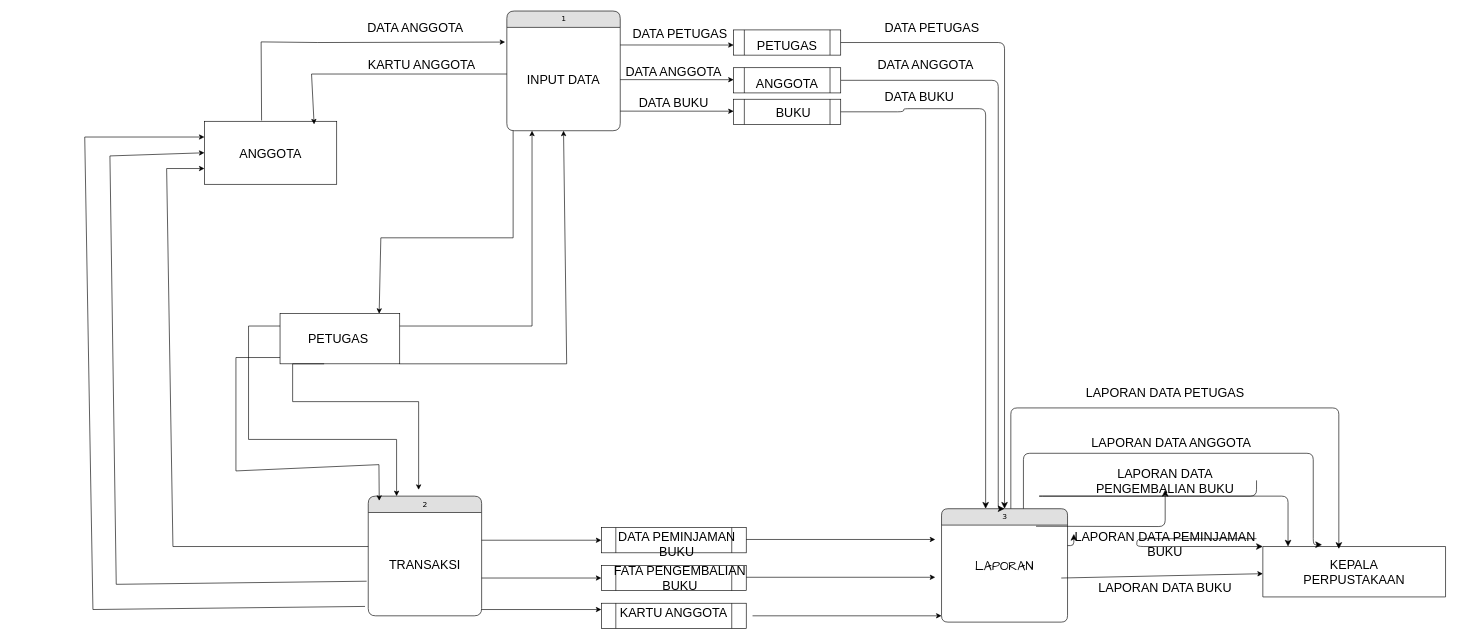
Above: Untitled Diagram.drawio in htmledan/introduction-to-github (draw.io), before the change. Source tidied: cells renumbered, new cells numbered last; positions are measured from the earlier drawing's top-left corner, leaving out a move shared by most shapes. Both pictures are drawn from the tidied source at 63%, with x=0, y=0 at pixel (84, 11).
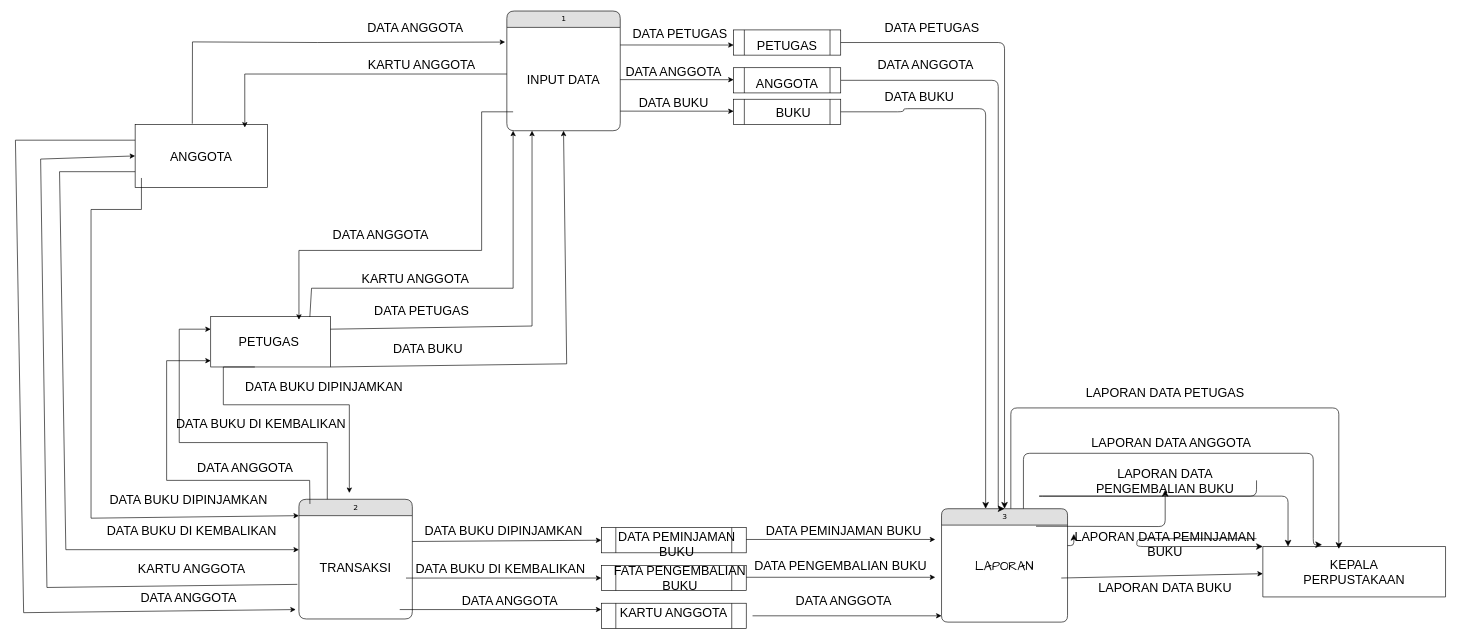
Above is the later version.

Unchanged cells that the change refers to:
```xml
<mxCell id="4" value="TRANSAKSI" style="text;html=1;align=center;verticalAlign=middle;whiteSpace=wrap;rounded=0;fontSize=20;" parent="2" vertex="1">
  <mxGeometry y="26" width="180" height="164" as="geometry" />
</mxCell>
<mxCell id="15" value="INPUT DATA" style="text;html=1;align=center;verticalAlign=middle;whiteSpace=wrap;rounded=0;fontSize=20;" parent="14" vertex="1">
  <mxGeometry y="26" width="180" height="164" as="geometry" />
</mxCell>
```

What changed in the source:
```diff
@@
     <mxCell id="2" value="2" style="swimlane;html=1;fontStyle=0;horizontal=1;startSize=26;fillColor=#e0e0e0;swimlaneFillColor=#ffffff;align=center;rounded=1;shadow=0;comic=0;labelBackgroundColor=none;strokeWidth=1;fontFamily=Verdana;fontSize=12;" parent="1" vertex="1">
-      <mxGeometry x="450" y="770" width="180" height="190" as="geometry" />
+      <mxGeometry x="340" y="775" width="180" height="190" as="geometry" />
     </mxCell>
@@
     <mxCell id="16" style="rounded=0;whiteSpace=wrap;html=1;" parent="1" vertex="1">
-      <mxGeometry x="190" y="175" width="210" height="100" as="geometry" />
+      <mxGeometry x="80" y="180" width="210" height="100" as="geometry" />
     </mxCell>
     <mxCell id="17" value="ANGGOTA" style="text;html=1;align=center;verticalAlign=middle;whiteSpace=wrap;rounded=0;fontSize=20;" parent="1" vertex="1">
-      <mxGeometry x="245" y="210" width="100" height="30" as="geometry" />
+      <mxGeometry x="135" y="215" width="100" height="30" as="geometry" />
     </mxCell>
@@
     <mxCell id="43" style="rounded=0;whiteSpace=wrap;html=1;" parent="1" vertex="1">
-      <mxGeometry x="310" y="480" width="190" height="80" as="geometry" />
+      <mxGeometry x="200" y="485" width="190" height="80" as="geometry" />
     </mxCell>
     <mxCell id="44" value="PETUGAS" style="text;html=1;align=center;verticalAlign=middle;whiteSpace=wrap;rounded=0;fontSize=20;" parent="1" vertex="1">
-      <mxGeometry x="355" y="505" width="95" height="30" as="geometry" />
+      <mxGeometry x="245" y="510" width="95" height="30" as="geometry" />
     </mxCell>
     <mxCell id="45" style="endArrow=classic;html=1;rounded=0;exitX=0.432;exitY=-0.012;exitDx=0;exitDy=0;entryX=-0.015;entryY=0.142;entryDx=0;entryDy=0;entryPerimeter=0;exitPerimeter=0;" parent="1" edge="1" source="16" target="15">
       <mxGeometry relative="1" as="geometry">
         <Array as="points">
-          <mxPoint x="280" y="49" />
+          <mxPoint x="171" y="49" />
           <mxPoint x="370" y="50" />
         </Array>
       </mxGeometry>
     </mxCell>
     <mxCell id="46" style="endArrow=classic;html=1;rounded=0;exitX=0.01;exitY=0.413;exitDx=0;exitDy=0;exitPerimeter=0;entryX=0.829;entryY=0.049;entryDx=0;entryDy=0;entryPerimeter=0;" parent="1" edge="1" target="16">
       <mxGeometry relative="1" as="geometry">
         <mxPoint x="670" y="100" as="sourcePoint" />
         <Array as="points">
-          <mxPoint x="360" y="100" />
+          <mxPoint x="254" y="100" />
         </Array>
       </mxGeometry>
     </mxCell>
@@
-    <mxCell id="52" style="endArrow=classic;html=1;rounded=0;entryX=0;entryY=0.75;entryDx=0;entryDy=0;" parent="1" edge="1" target="16">
+    <mxCell id="52" style="endArrow=classic;html=1;rounded=0;entryX=0;entryY=0.75;entryDx=0;entryDy=0;exitX=0;exitY=0.75;exitDx=0;exitDy=0;" parent="1" edge="1" source="16">
       <mxGeometry relative="1" as="geometry">
-        <mxPoint x="450" y="850" as="sourcePoint" />
+        <mxPoint x="340" y="855" as="targetPoint" />
         <Array as="points">
-          <mxPoint x="140" y="850" />
-          <mxPoint x="130" y="250" />
+          <mxPoint x="-40" y="255" />
+          <mxPoint x="-30" y="855" />
         </Array>
       </mxGeometry>
     </mxCell>
-    <mxCell id="53" style="endArrow=classic;html=1;rounded=0;entryX=0.828;entryY=0.006;entryDx=0;entryDy=0;entryPerimeter=0;" parent="1" edge="1" target="43">
+    <mxCell id="53" style="endArrow=classic;html=1;rounded=0;entryX=0.828;entryY=0.006;entryDx=0;entryDy=0;entryPerimeter=0;exitX=0.828;exitY=0.006;exitDx=0;exitDy=0;exitPerimeter=0;" parent="1" edge="1" source="43">
       <mxGeometry relative="1" as="geometry">
-        <mxPoint x="680" y="190" as="sourcePoint" />
+        <mxPoint x="680" y="190" as="targetPoint" />
         <Array as="points">
-          <mxPoint x="680" y="360" />
-          <mxPoint x="470" y="360" />
+          <mxPoint x="360" y="440" />
+          <mxPoint x="680" y="440" />
         </Array>
       </mxGeometry>
     </mxCell>
-    <mxCell id="54" style="endArrow=classic;html=1;rounded=0;entryX=0;entryY=0.25;entryDx=0;entryDy=0;exitX=-0.028;exitY=0.909;exitDx=0;exitDy=0;exitPerimeter=0;" parent="1" edge="1" source="4" target="16">
+    <mxCell id="54" style="endArrow=classic;html=1;rounded=0;entryX=-0.028;entryY=0.909;entryDx=0;entryDy=0;exitX=0;exitY=0.25;exitDx=0;exitDy=0;entryPerimeter=0;" parent="1" edge="1" source="16" target="4">
       <mxGeometry relative="1" as="geometry">
         <Array as="points">
-          <mxPoint x="13" y="950" />
-          <mxPoint y="200" />
+          <mxPoint x="-110" y="205" />
+          <mxPoint x="-97" y="955" />
         </Array>
       </mxGeometry>
     </mxCell>
     <mxCell id="55" style="endArrow=classic;html=1;rounded=0;entryX=0;entryY=0.5;entryDx=0;entryDy=0;exitX=-0.014;exitY=0.665;exitDx=0;exitDy=0;exitPerimeter=0;" parent="1" edge="1" source="4" target="16">
       <mxGeometry relative="1" as="geometry">
         <Array as="points">
-          <mxPoint x="50" y="910" />
-          <mxPoint x="40" y="230" />
+          <mxPoint x="-60" y="915" />
+          <mxPoint x="-70" y="235" />
         </Array>
       </mxGeometry>
     </mxCell>
-    <mxCell id="56" style="endArrow=classic;html=1;rounded=0;" parent="1" edge="1">
+    <mxCell id="56" style="endArrow=classic;html=1;rounded=0;exitX=1;exitY=0.25;exitDx=0;exitDy=0;" parent="1" edge="1" source="4">
       <mxGeometry relative="1" as="geometry">
-        <mxPoint x="630" y="840" as="sourcePoint" />
         <mxPoint x="820" y="840" as="targetPoint" />
       </mxGeometry>
     </mxCell>
-    <mxCell id="57" style="endArrow=classic;html=1;rounded=0;" parent="1" edge="1">
+    <mxCell id="57" style="endArrow=classic;html=1;rounded=0;exitX=0.944;exitY=0.604;exitDx=0;exitDy=0;exitPerimeter=0;" parent="1" edge="1" source="4">
       <mxGeometry relative="1" as="geometry">
-        <mxPoint x="630" y="900" as="sourcePoint" />
         <mxPoint x="820" y="900" as="targetPoint" />
       </mxGeometry>
     </mxCell>
-    <mxCell id="58" style="endArrow=classic;html=1;rounded=0;" parent="1" edge="1">
+    <mxCell id="58" style="endArrow=classic;html=1;rounded=0;exitX=0.889;exitY=0.909;exitDx=0;exitDy=0;exitPerimeter=0;" parent="1" edge="1" source="4">
       <mxGeometry relative="1" as="geometry">
-        <mxPoint x="630" y="950" as="sourcePoint" />
         <mxPoint x="820" y="950" as="targetPoint" />
       </mxGeometry>
     </mxCell>
@@
-    <mxCell id="65" style="endArrow=classic;html=1;rounded=0;entryX=0.097;entryY=0.039;entryDx=0;entryDy=0;entryPerimeter=0;" parent="1" edge="1" target="2">
+    <mxCell id="65" style="endArrow=classic;html=1;rounded=0;entryX=0.097;entryY=0.039;entryDx=0;entryDy=0;entryPerimeter=0;exitX=0.097;exitY=0.039;exitDx=0;exitDy=0;exitPerimeter=0;" parent="1" edge="1" source="2">
       <mxGeometry relative="1" as="geometry">
-        <mxPoint x="310" y="550" as="sourcePoint" />
+        <mxPoint x="200" y="555" as="targetPoint" />
         <Array as="points">
-          <mxPoint x="240" y="550" />
-          <mxPoint x="240" y="730" />
-          <mxPoint x="467" y="720" />
+          <mxPoint x="357" y="745" />
+          <mxPoint x="130" y="745" />
+          <mxPoint x="130" y="555" />
         </Array>
       </mxGeometry>
     </mxCell>
-    <mxCell id="66" style="endArrow=classic;html=1;rounded=0;entryX=0.25;entryY=0;entryDx=0;entryDy=0;" parent="1" edge="1" target="2">
+    <mxCell id="66" style="endArrow=classic;html=1;rounded=0;entryX=0.25;entryY=0;entryDx=0;entryDy=0;exitX=0.25;exitY=0;exitDx=0;exitDy=0;" parent="1" edge="1" source="2">
       <mxGeometry relative="1" as="geometry">
-        <mxPoint x="310" y="500" as="sourcePoint" />
+        <mxPoint x="200" y="505" as="targetPoint" />
         <Array as="points">
-          <mxPoint x="260" y="500" />
-          <mxPoint x="260" y="680" />
-          <mxPoint x="495" y="680" />
+          <mxPoint x="385" y="685" />
+          <mxPoint x="150" y="685" />
+          <mxPoint x="150" y="505" />
         </Array>
       </mxGeometry>
     </mxCell>
     <mxCell id="67" style="endArrow=classic;html=1;rounded=0;" parent="1" edge="1">
       <mxGeometry relative="1" as="geometry">
-        <mxPoint x="380" y="560" as="sourcePoint" />
-        <mxPoint x="530" y="760" as="targetPoint" />
+        <mxPoint x="270" y="565" as="sourcePoint" />
+        <mxPoint x="420" y="765" as="targetPoint" />
         <Array as="points">
-          <mxPoint x="330" y="560" />
-          <mxPoint x="330" y="620" />
-          <mxPoint x="530" y="620" />
+          <mxPoint x="220" y="565" />
+          <mxPoint x="220" y="625" />
+          <mxPoint x="420" y="625" />
         </Array>
       </mxGeometry>
     </mxCell>
@@
+    <mxCell id="71" value="DATA BUKU DIPINJAMKAN" style="text;html=1;align=center;verticalAlign=middle;whiteSpace=wrap;rounded=0;fontSize=20;" parent="1" vertex="1">
+      <mxGeometry x="20" y="760" width="290" height="30" as="geometry" />
+    </mxCell>
+    <mxCell id="72" value="DATA BUKU DI KEMBALIKAN" style="text;html=1;align=center;verticalAlign=middle;whiteSpace=wrap;rounded=0;fontSize=20;" parent="1" vertex="1">
+      <mxGeometry x="20" y="810" width="300" height="30" as="geometry" />
+    </mxCell>
+    <mxCell id="73" style="endArrow=classic;html=1;rounded=0;entryX=0;entryY=0;entryDx=0;entryDy=0;exitX=0;exitY=0.75;exitDx=0;exitDy=0;" parent="1" edge="1" target="4">
+      <mxGeometry relative="1" as="geometry">
+        <mxPoint x="90" y="265" as="sourcePoint" />
+        <Array as="points">
+          <mxPoint x="90" y="315" />
+          <mxPoint x="10" y="315" />
+          <mxPoint x="10" y="805" />
+        </Array>
+      </mxGeometry>
+    </mxCell>
+    <mxCell id="74" value="DATA BUKU DI KEMBALIKAN" style="text;html=1;align=center;verticalAlign=middle;whiteSpace=wrap;rounded=0;fontSize=20;" parent="1" vertex="1">
+      <mxGeometry x="510" y="870" width="300" height="30" as="geometry" />
+    </mxCell>
+    <mxCell id="75" value="DATA BUKU DIPINJAMKAN" style="text;html=1;align=center;verticalAlign=middle;whiteSpace=wrap;rounded=0;fontSize=20;" parent="1" vertex="1">
+      <mxGeometry x="520" y="810" width="290" height="30" as="geometry" />
+    </mxCell>
+    <mxCell id="76" value="DATA ANGGOTA" style="text;html=1;align=center;verticalAlign=middle;whiteSpace=wrap;rounded=0;fontSize=20;" parent="1" vertex="1">
+      <mxGeometry x="1060" y="920" width="290" height="30" as="geometry" />
+    </mxCell>
+    <mxCell id="77" value="DATA ANGGOTA" style="text;html=1;align=center;verticalAlign=middle;whiteSpace=wrap;rounded=0;fontSize=20;" parent="1" vertex="1">
+      <mxGeometry x="530" y="920" width="290" height="30" as="geometry" />
+    </mxCell>
+    <mxCell id="78" value="DATA PENGEMBALIAN BUKU" style="text;html=1;align=center;verticalAlign=middle;whiteSpace=wrap;rounded=0;fontSize=20;" parent="1" vertex="1">
+      <mxGeometry x="1050" y="865" width="300" height="30" as="geometry" />
+    </mxCell>
+    <mxCell id="79" value="DATA PEMINJAMAN BUKU" style="text;html=1;align=center;verticalAlign=middle;whiteSpace=wrap;rounded=0;fontSize=20;" parent="1" vertex="1">
+      <mxGeometry x="1055" y="810" width="300" height="30" as="geometry" />
+    </mxCell>
+    <mxCell id="80" value="KARTU ANGGOTA" style="text;html=1;align=center;verticalAlign=middle;whiteSpace=wrap;rounded=0;fontSize=20;" parent="1" vertex="1">
+      <mxGeometry x="25" y="870" width="290" height="30" as="geometry" />
+    </mxCell>
+    <mxCell id="81" value="DATA ANGGOTA" style="text;html=1;align=center;verticalAlign=middle;whiteSpace=wrap;rounded=0;fontSize=20;" parent="1" vertex="1">
+      <mxGeometry x="20" y="915" width="290" height="30" as="geometry" />
+    </mxCell>
+    <mxCell id="82" value="DATA BUKU" style="text;html=1;align=center;verticalAlign=middle;whiteSpace=wrap;rounded=0;fontSize=20;" parent="1" vertex="1">
+      <mxGeometry x="400" y="520" width="290" height="30" as="geometry" />
+    </mxCell>
+    <mxCell id="83" value="DATA ANGGOTA" style="text;html=1;align=center;verticalAlign=middle;whiteSpace=wrap;rounded=0;fontSize=20;" parent="1" vertex="1">
+      <mxGeometry x="325" y="340" width="290" height="30" as="geometry" />
+    </mxCell>
+    <mxCell id="84" value="DATA PETUGAS" style="text;html=1;align=center;verticalAlign=middle;whiteSpace=wrap;rounded=0;fontSize=20;" parent="1" vertex="1">
+      <mxGeometry x="390" y="460" width="290" height="30" as="geometry" />
+    </mxCell>
+    <mxCell id="85" value="KARTU ANGGOTA" style="text;html=1;align=center;verticalAlign=middle;whiteSpace=wrap;rounded=0;fontSize=20;" parent="1" vertex="1">
+      <mxGeometry x="380" y="410" width="290" height="30" as="geometry" />
+    </mxCell>
+    <mxCell id="86" style="endArrow=classic;html=1;rounded=0;entryX=0.737;entryY=0.063;entryDx=0;entryDy=0;entryPerimeter=0;" parent="1" edge="1" target="43">
+      <mxGeometry relative="1" as="geometry">
+        <mxPoint x="680" y="160" as="sourcePoint" />
+        <Array as="points">
+          <mxPoint x="630" y="160" />
+          <mxPoint x="630" y="380" />
+          <mxPoint x="340" y="380" />
+        </Array>
+      </mxGeometry>
+    </mxCell>
+    <mxCell id="87" value="DATA ANGGOTA" style="text;html=1;align=center;verticalAlign=middle;whiteSpace=wrap;rounded=0;fontSize=20;" parent="1" vertex="1">
+      <mxGeometry x="110" y="710" width="290" height="30" as="geometry" />
+    </mxCell>
+    <mxCell id="88" value="DATA BUKU DI KEMBALIKAN" style="text;html=1;align=center;verticalAlign=middle;whiteSpace=wrap;rounded=0;fontSize=20;" parent="1" vertex="1">
+      <mxGeometry x="130" y="640" width="300" height="30" as="geometry" />
+    </mxCell>
+    <mxCell id="89" value="DATA BUKU DIPINJAMKAN" style="text;html=1;align=center;verticalAlign=middle;whiteSpace=wrap;rounded=0;fontSize=20;" parent="1" vertex="1">
+      <mxGeometry x="235" y="580" width="290" height="30" as="geometry" />
+    </mxCell>
```
